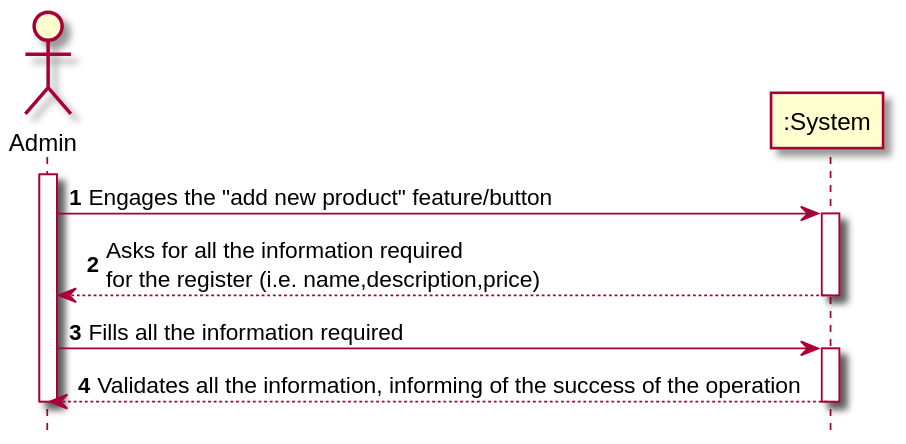
Before: docs/Iteration 1/Product Management/US70_RegisterProduct/US70_SSD.svg, a diagram exported from PlantUML (tiagoavcosta25/LAPR3). Its diagram source:
```plantuml
@startuml
autonumber
hide footbox

actor "Admin" as U

participant ":System" as SYST

activate U

U -> SYST : Engages the "add new product" feature/button
activate SYST
SYST --> U : Asks for all the information required \nfor the register (i.e. name,description,price)
deactivate SYST

U -> SYST : Fills all the information required
activate SYST
SYST --> U : Validates all the information, informing of the success of the operation
deactivate SYST

deactivate U

@enduml
```
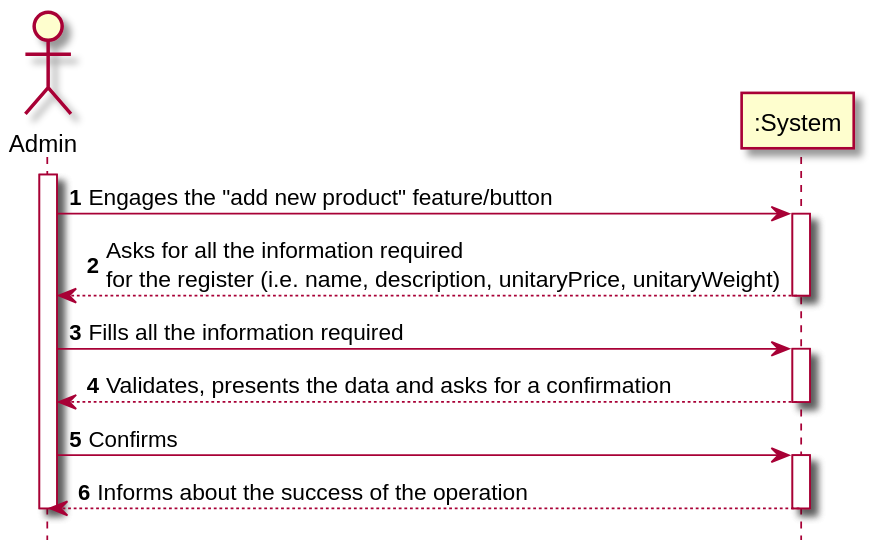
Later version of the same file.

Change to the diagram source:
```diff
@@ -10,12 +10,17 @@
 
 U -> SYST : Engages the "add new product" feature/button
 activate SYST
-SYST --> U : Asks for all the information required \nfor the register (i.e. name,description,price)
+SYST --> U : Asks for all the information required \nfor the register (i.e. name, description, unitaryPrice, unitaryWeight)
 deactivate SYST
 
 U -> SYST : Fills all the information required
 activate SYST
-SYST --> U : Validates all the information, informing of the success of the operation
+SYST --> U : Validates, presents the data and asks for a confirmation
+deactivate SYST
+
+U -> SYST : Confirms
+activate SYST
+SYST --> U : Informs about the success of the operation
 deactivate SYST
 
 deactivate U
```
